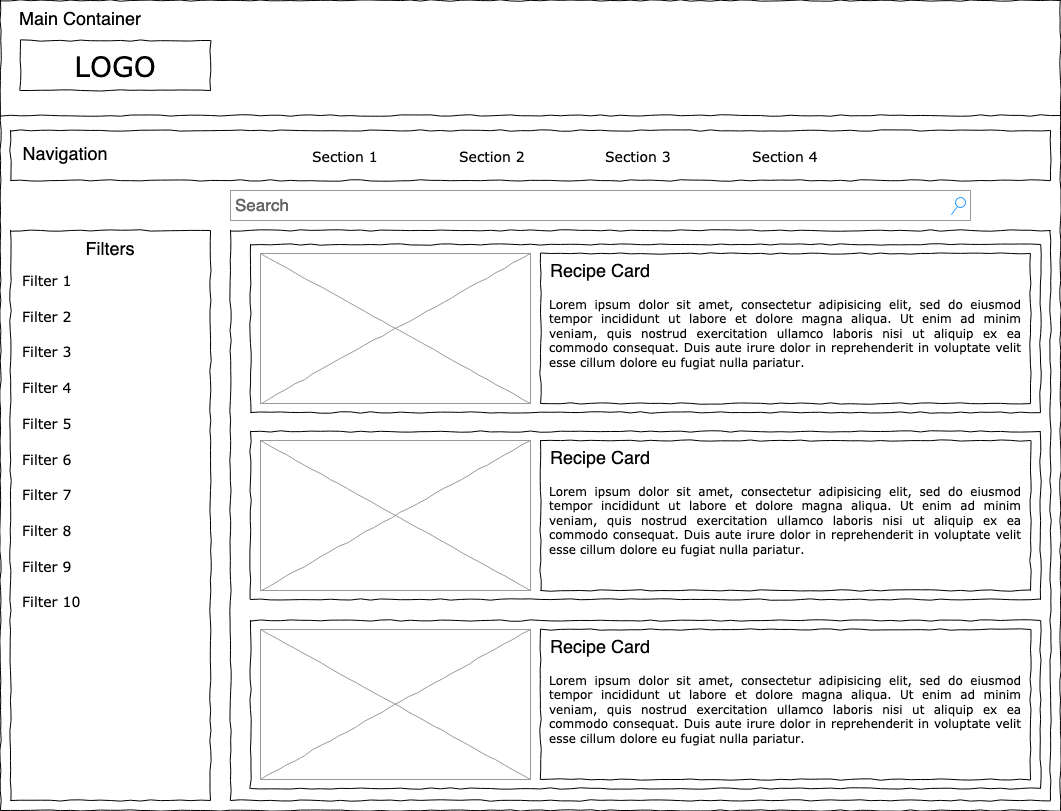
The draw.io diagram Wireframe--Recipes.png in patbou02/rctr-final-project, before a commit. Source tidied: cells renumbered, new cells last; positions are measured from the earlier drawing's top-left corner, leaving out a move shared by most shapes.
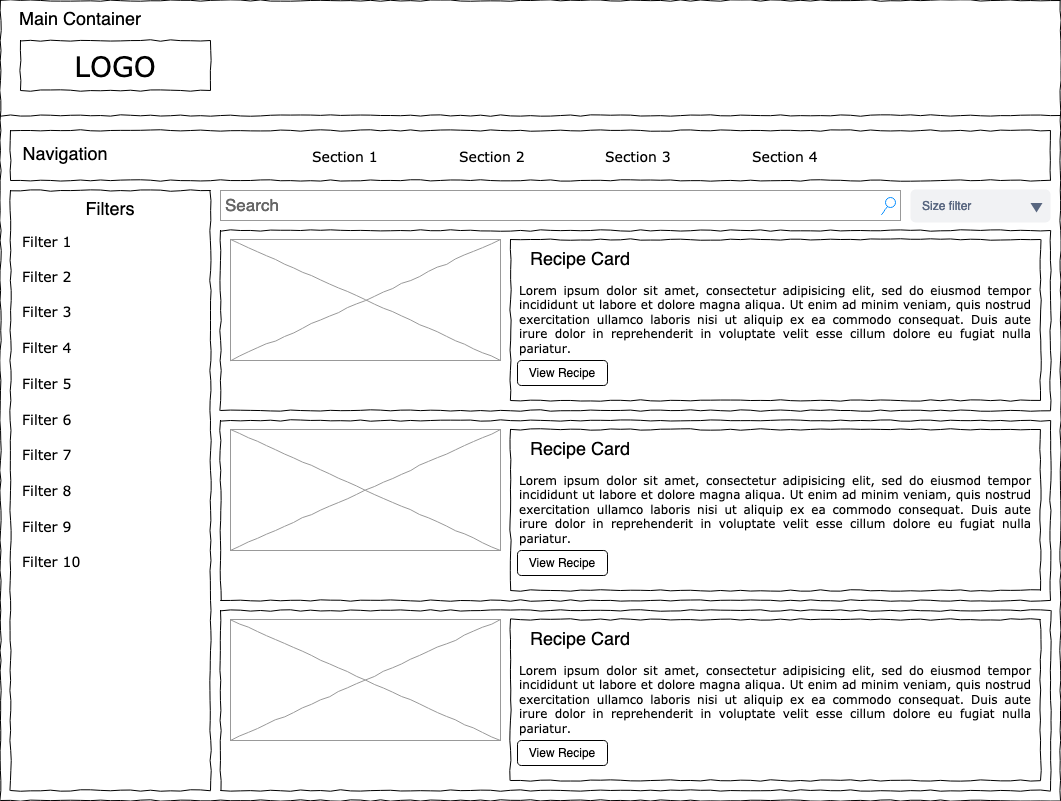
Later version of the same file.

The edit, as a diff of the source:
```diff
@@ -3,19 +3,16 @@
     <mxCell id="0" />
     <mxCell id="1" parent="0" />
     <mxCell id="2" style="whiteSpace=wrap;html=1;rounded=0;shadow=0;labelBackgroundColor=none;strokeColor=#000000;strokeWidth=1;fillColor=none;fontFamily=Verdana;fontSize=12;fontColor=#000000;align=center;comic=1;" parent="1" vertex="1">
-      <mxGeometry width="1060" height="810" as="geometry" />
+      <mxGeometry width="1060" height="800" as="geometry" />
     </mxCell>
-    <mxCell id="3" style="whiteSpace=wrap;html=1;rounded=0;shadow=0;labelBackgroundColor=none;strokeWidth=1;fillColor=none;fontFamily=Verdana;fontSize=12;align=center;comic=1;" parent="1" vertex="1">
-      <mxGeometry x="230" y="230" width="820" height="570" as="geometry" />
-    </mxCell>
     <mxCell id="4" value="LOGO" style="whiteSpace=wrap;html=1;rounded=0;shadow=0;labelBackgroundColor=none;strokeWidth=1;fontFamily=Verdana;fontSize=28;align=center;comic=1;" parent="1" vertex="1">
       <mxGeometry x="20" y="40" width="190" height="50" as="geometry" />
     </mxCell>
     <mxCell id="5" value="Search" style="strokeWidth=1;shadow=0;dashed=0;align=center;html=1;shape=mxgraph.mockup.forms.searchBox;strokeColor=#999999;mainText=;strokeColor2=#008cff;fontColor=#666666;fontSize=17;align=left;spacingLeft=3;rounded=0;labelBackgroundColor=none;comic=1;" parent="1" vertex="1">
-      <mxGeometry x="230" y="190" width="740" height="30" as="geometry" />
+      <mxGeometry x="220" y="190" width="680" height="30" as="geometry" />
     </mxCell>
     <mxCell id="6" style="whiteSpace=wrap;html=1;rounded=0;shadow=0;labelBackgroundColor=none;strokeWidth=1;fillColor=none;fontFamily=Verdana;fontSize=12;align=center;comic=1;" parent="1" vertex="1">
-      <mxGeometry x="10" y="230" width="200" height="570" as="geometry" />
+      <mxGeometry x="10" y="190" width="200" height="600" as="geometry" />
     </mxCell>
     <mxCell id="7" style="line;strokeWidth=1;html=1;rounded=0;shadow=0;labelBackgroundColor=none;fillColor=none;fontFamily=Verdana;fontSize=14;fontColor=#000000;align=center;comic=1;" parent="1" vertex="1">
       <mxGeometry y="110" width="1060" height="10" as="geometry" />
@@ -36,37 +33,37 @@
       <mxGeometry x="750" y="145" width="60" height="20" as="geometry" />
     </mxCell>
     <mxCell id="13" style="whiteSpace=wrap;html=1;rounded=0;shadow=0;labelBackgroundColor=none;strokeWidth=1;fillColor=none;fontFamily=Verdana;fontSize=12;align=center;comic=1;" parent="1" vertex="1">
-      <mxGeometry x="250" y="244" width="790" height="168" as="geometry" />
+      <mxGeometry x="220" y="230" width="830" height="180" as="geometry" />
     </mxCell>
     <mxCell id="14" value="Filter 1" style="text;html=1;align=left;verticalAlign=top;spacingTop=-4;fontSize=14;fontFamily=Verdana;" parent="1" vertex="1">
-      <mxGeometry x="20" y="269" width="170" height="20" as="geometry" />
+      <mxGeometry x="20" y="230" width="161.5" height="19" as="geometry" />
     </mxCell>
     <mxCell id="15" value="Filter 2" style="text;html=1;align=left;verticalAlign=top;spacingTop=-4;fontSize=14;fontFamily=Verdana;" parent="1" vertex="1">
-      <mxGeometry x="20" y="305" width="170" height="20" as="geometry" />
+      <mxGeometry x="20" y="265" width="170" height="20" as="geometry" />
     </mxCell>
     <mxCell id="16" value="Filter 3" style="text;html=1;align=left;verticalAlign=top;spacingTop=-4;fontSize=14;fontFamily=Verdana;" parent="1" vertex="1">
-      <mxGeometry x="20" y="340" width="170" height="20" as="geometry" />
+      <mxGeometry x="20" y="300" width="170" height="20" as="geometry" />
     </mxCell>
     <mxCell id="17" value="&lt;div&gt;Filter 4&lt;/div&gt;" style="text;html=1;align=left;verticalAlign=top;spacingTop=-4;fontSize=14;fontFamily=Verdana;" parent="1" vertex="1">
-      <mxGeometry x="20" y="376" width="170" height="20" as="geometry" />
+      <mxGeometry x="20" y="336" width="170" height="20" as="geometry" />
     </mxCell>
     <mxCell id="18" value="Filter 7" style="text;html=1;align=left;verticalAlign=top;spacingTop=-4;fontSize=14;fontFamily=Verdana;" parent="1" vertex="1">
-      <mxGeometry x="20" y="483" width="170" height="20" as="geometry" />
+      <mxGeometry x="20" y="443" width="170" height="20" as="geometry" />
     </mxCell>
     <mxCell id="19" value="Filter 8" style="text;html=1;align=left;verticalAlign=top;spacingTop=-4;fontSize=14;fontFamily=Verdana;" parent="1" vertex="1">
-      <mxGeometry x="20" y="519" width="170" height="20" as="geometry" />
+      <mxGeometry x="20" y="479" width="170" height="20" as="geometry" />
     </mxCell>
     <mxCell id="20" value="Filter 9" style="text;html=1;align=left;verticalAlign=top;spacingTop=-4;fontSize=14;fontFamily=Verdana;" parent="1" vertex="1">
-      <mxGeometry x="20" y="555" width="170" height="20" as="geometry" />
+      <mxGeometry x="20" y="515" width="170" height="20" as="geometry" />
     </mxCell>
     <mxCell id="21" value="Filter 10" style="text;html=1;align=left;verticalAlign=top;spacingTop=-4;fontSize=14;fontFamily=Verdana;" parent="1" vertex="1">
-      <mxGeometry x="20" y="590" width="170" height="20" as="geometry" />
+      <mxGeometry x="20" y="550" width="170" height="20" as="geometry" />
     </mxCell>
     <mxCell id="22" value="Filter 5" style="text;html=1;align=left;verticalAlign=top;spacingTop=-4;fontSize=14;fontFamily=Verdana;" parent="1" vertex="1">
-      <mxGeometry x="20" y="412" width="170" height="20" as="geometry" />
+      <mxGeometry x="20" y="372" width="170" height="20" as="geometry" />
     </mxCell>
     <mxCell id="23" value="Filter 6" style="text;html=1;align=left;verticalAlign=top;spacingTop=-4;fontSize=14;fontFamily=Verdana;" parent="1" vertex="1">
-      <mxGeometry x="20" y="448" width="170" height="20" as="geometry" />
+      <mxGeometry x="20" y="408" width="170" height="20" as="geometry" />
     </mxCell>
     <mxCell id="24" value="Main Container" style="text;html=3;strokeColor=none;fillColor=none;align=center;verticalAlign=middle;whiteSpace=wrap;rounded=0;fontSize=18;" parent="1" vertex="1">
       <mxGeometry x="10" y="10" width="140" height="20" as="geometry" />
@@ -74,41 +71,58 @@
     <mxCell id="25" value="Navigation" style="fontSize=18;text;html=1;strokeColor=none;fillColor=none;align=center;verticalAlign=middle;whiteSpace=wrap;rounded=0;" parent="1" vertex="1">
       <mxGeometry x="20" y="145" width="90" height="20" as="geometry" />
     </mxCell>
+    <mxCell id="27" value="&lt;div&gt;&lt;br&gt;&lt;/div&gt;&lt;div&gt;&lt;br&gt;&lt;/div&gt;&lt;div style=&quot;text-align: justify&quot;&gt;&lt;span&gt;Lorem ipsum dolor sit amet, consectetur adipisicing elit, sed do eiusmod tempor incididunt ut labore et dolore magna aliqua. Ut enim ad minim veniam, quis nostrud exercitation ullamco laboris nisi ut aliquip ex ea commodo consequat. Duis aute irure dolor in reprehenderit in voluptate velit esse cillum dolore eu fugiat nulla pariatur.&lt;/span&gt;&lt;/div&gt;" style="whiteSpace=wrap;html=1;rounded=0;shadow=0;labelBackgroundColor=none;strokeWidth=1;fillColor=none;fontFamily=Verdana;fontSize=12;align=center;verticalAlign=top;spacing=10;comic=1;" parent="1" vertex="1">
+      <mxGeometry x="510" y="239" width="530" height="161" as="geometry" />
+    </mxCell>
     <mxCell id="26" value="Filters" style="fontSize=18;text;html=1;strokeColor=none;fillColor=none;align=center;verticalAlign=middle;whiteSpace=wrap;rounded=0;" parent="1" vertex="1">
-      <mxGeometry x="20" y="240" width="180" height="20" as="geometry" />
+      <mxGeometry x="20" y="200" width="180" height="20" as="geometry" />
     </mxCell>
-    <mxCell id="27" value="&lt;div&gt;&lt;br&gt;&lt;/div&gt;&lt;div&gt;&lt;br&gt;&lt;/div&gt;&lt;div style=&quot;text-align: justify&quot;&gt;&lt;span&gt;Lorem ipsum dolor sit amet, consectetur adipisicing elit, sed do eiusmod tempor incididunt ut labore et dolore magna aliqua. Ut enim ad minim veniam, quis nostrud exercitation ullamco laboris nisi ut aliquip ex ea commodo consequat. Duis aute irure dolor in reprehenderit in voluptate velit esse cillum dolore eu fugiat nulla pariatur.&lt;/span&gt;&lt;/div&gt;" style="whiteSpace=wrap;html=1;rounded=0;shadow=0;labelBackgroundColor=none;strokeWidth=1;fillColor=none;fontFamily=Verdana;fontSize=12;align=center;verticalAlign=top;spacing=10;comic=1;" parent="1" vertex="1">
-      <mxGeometry x="540" y="253" width="490" height="150" as="geometry" />
-    </mxCell>
     <mxCell id="28" style="verticalLabelPosition=bottom;shadow=0;dashed=0;align=center;html=1;verticalAlign=top;strokeWidth=1;shape=mxgraph.mockup.graphics.simpleIcon;strokeColor=#999999;rounded=0;labelBackgroundColor=none;fontFamily=Verdana;fontSize=14;fontColor=#000000;comic=1;" parent="1" vertex="1">
-      <mxGeometry x="260" y="253" width="270" height="150" as="geometry" />
+      <mxGeometry x="230" y="239" width="270" height="121" as="geometry" />
     </mxCell>
     <mxCell id="29" value="Recipe Card" style="fontSize=18;text;html=1;strokeColor=none;fillColor=none;align=center;verticalAlign=middle;whiteSpace=wrap;rounded=0;" parent="1" vertex="1">
-      <mxGeometry x="530" y="262" width="140" height="20" as="geometry" />
+      <mxGeometry x="510" y="250" width="140" height="20" as="geometry" />
     </mxCell>
-    <mxCell id="30" style="whiteSpace=wrap;html=1;rounded=0;shadow=0;labelBackgroundColor=none;strokeWidth=1;fillColor=none;fontFamily=Verdana;fontSize=12;align=center;comic=1;" parent="1" vertex="1">
-      <mxGeometry x="250" y="431" width="790" height="168" as="geometry" />
-    </mxCell>
-    <mxCell id="31" value="&lt;div&gt;&lt;br&gt;&lt;/div&gt;&lt;div&gt;&lt;br&gt;&lt;/div&gt;&lt;div style=&quot;text-align: justify&quot;&gt;&lt;span&gt;Lorem ipsum dolor sit amet, consectetur adipisicing elit, sed do eiusmod tempor incididunt ut labore et dolore magna aliqua. Ut enim ad minim veniam, quis nostrud exercitation ullamco laboris nisi ut aliquip ex ea commodo consequat. Duis aute irure dolor in reprehenderit in voluptate velit esse cillum dolore eu fugiat nulla pariatur.&lt;/span&gt;&lt;/div&gt;" style="whiteSpace=wrap;html=1;rounded=0;shadow=0;labelBackgroundColor=none;strokeWidth=1;fillColor=none;fontFamily=Verdana;fontSize=12;align=center;verticalAlign=top;spacing=10;comic=1;" parent="1" vertex="1">
-      <mxGeometry x="540" y="440" width="490" height="150" as="geometry" />
-    </mxCell>
-    <mxCell id="32" style="verticalLabelPosition=bottom;shadow=0;dashed=0;align=center;html=1;verticalAlign=top;strokeWidth=1;shape=mxgraph.mockup.graphics.simpleIcon;strokeColor=#999999;rounded=0;labelBackgroundColor=none;fontFamily=Verdana;fontSize=14;fontColor=#000000;comic=1;" parent="1" vertex="1">
-      <mxGeometry x="260" y="440" width="270" height="150" as="geometry" />
-    </mxCell>
-    <mxCell id="33" value="Recipe Card" style="fontSize=18;text;html=1;strokeColor=none;fillColor=none;align=center;verticalAlign=middle;whiteSpace=wrap;rounded=0;" parent="1" vertex="1">
-      <mxGeometry x="530" y="449" width="140" height="20" as="geometry" />
-    </mxCell>
-    <mxCell id="34" style="whiteSpace=wrap;html=1;rounded=0;shadow=0;labelBackgroundColor=none;strokeWidth=1;fillColor=none;fontFamily=Verdana;fontSize=12;align=center;comic=1;" parent="1" vertex="1">
-      <mxGeometry x="250" y="620" width="790" height="168" as="geometry" />
-    </mxCell>
-    <mxCell id="35" value="&lt;div&gt;&lt;br&gt;&lt;/div&gt;&lt;div&gt;&lt;br&gt;&lt;/div&gt;&lt;div style=&quot;text-align: justify&quot;&gt;&lt;span&gt;Lorem ipsum dolor sit amet, consectetur adipisicing elit, sed do eiusmod tempor incididunt ut labore et dolore magna aliqua. Ut enim ad minim veniam, quis nostrud exercitation ullamco laboris nisi ut aliquip ex ea commodo consequat. Duis aute irure dolor in reprehenderit in voluptate velit esse cillum dolore eu fugiat nulla pariatur.&lt;/span&gt;&lt;/div&gt;" style="whiteSpace=wrap;html=1;rounded=0;shadow=0;labelBackgroundColor=none;strokeWidth=1;fillColor=none;fontFamily=Verdana;fontSize=12;align=center;verticalAlign=top;spacing=10;comic=1;" parent="1" vertex="1">
-      <mxGeometry x="540" y="629" width="490" height="150" as="geometry" />
-    </mxCell>
-    <mxCell id="36" style="verticalLabelPosition=bottom;shadow=0;dashed=0;align=center;html=1;verticalAlign=top;strokeWidth=1;shape=mxgraph.mockup.graphics.simpleIcon;strokeColor=#999999;rounded=0;labelBackgroundColor=none;fontFamily=Verdana;fontSize=14;fontColor=#000000;comic=1;" parent="1" vertex="1">
-      <mxGeometry x="260" y="629" width="270" height="150" as="geometry" />
-    </mxCell>
-    <mxCell id="37" value="Recipe Card" style="fontSize=18;text;html=1;strokeColor=none;fillColor=none;align=center;verticalAlign=middle;whiteSpace=wrap;rounded=0;" parent="1" vertex="1">
-      <mxGeometry x="530" y="638" width="140" height="20" as="geometry" />
-    </mxCell>
+    <mxCell id="38" value="View Recipe" style="rounded=1;whiteSpace=wrap;html=1;" parent="1" vertex="1">
+      <mxGeometry x="517" y="360" width="90" height="25" as="geometry" />
+    </mxCell>
+    <mxCell id="39" style="whiteSpace=wrap;html=1;rounded=0;shadow=0;labelBackgroundColor=none;strokeWidth=1;fillColor=none;fontFamily=Verdana;fontSize=12;align=center;comic=1;" parent="1" vertex="1">
+      <mxGeometry x="220" y="420" width="830" height="180" as="geometry" />
+    </mxCell>
+    <mxCell id="40" value="&lt;div&gt;&lt;br&gt;&lt;/div&gt;&lt;div&gt;&lt;br&gt;&lt;/div&gt;&lt;div style=&quot;text-align: justify&quot;&gt;&lt;span&gt;Lorem ipsum dolor sit amet, consectetur adipisicing elit, sed do eiusmod tempor incididunt ut labore et dolore magna aliqua. Ut enim ad minim veniam, quis nostrud exercitation ullamco laboris nisi ut aliquip ex ea commodo consequat. Duis aute irure dolor in reprehenderit in voluptate velit esse cillum dolore eu fugiat nulla pariatur.&lt;/span&gt;&lt;/div&gt;" style="whiteSpace=wrap;html=1;rounded=0;shadow=0;labelBackgroundColor=none;strokeWidth=1;fillColor=none;fontFamily=Verdana;fontSize=12;align=center;verticalAlign=top;spacing=10;comic=1;" parent="1" vertex="1">
+      <mxGeometry x="510" y="429" width="530" height="161" as="geometry" />
+    </mxCell>
+    <mxCell id="41" style="verticalLabelPosition=bottom;shadow=0;dashed=0;align=center;html=1;verticalAlign=top;strokeWidth=1;shape=mxgraph.mockup.graphics.simpleIcon;strokeColor=#999999;rounded=0;labelBackgroundColor=none;fontFamily=Verdana;fontSize=14;fontColor=#000000;comic=1;" parent="1" vertex="1">
+      <mxGeometry x="230" y="429" width="270" height="121" as="geometry" />
+    </mxCell>
+    <mxCell id="42" value="Recipe Card" style="fontSize=18;text;html=1;strokeColor=none;fillColor=none;align=center;verticalAlign=middle;whiteSpace=wrap;rounded=0;" parent="1" vertex="1">
+      <mxGeometry x="510" y="440" width="140" height="20" as="geometry" />
+    </mxCell>
+    <mxCell id="43" value="View Recipe" style="rounded=1;whiteSpace=wrap;html=1;" parent="1" vertex="1">
+      <mxGeometry x="517" y="550" width="90" height="25" as="geometry" />
+    </mxCell>
+    <mxCell id="44" style="whiteSpace=wrap;html=1;rounded=0;shadow=0;labelBackgroundColor=none;strokeWidth=1;fillColor=none;fontFamily=Verdana;fontSize=12;align=center;comic=1;" parent="1" vertex="1">
+      <mxGeometry x="220" y="610" width="830" height="180" as="geometry" />
+    </mxCell>
+    <mxCell id="45" value="&lt;div&gt;&lt;br&gt;&lt;/div&gt;&lt;div&gt;&lt;br&gt;&lt;/div&gt;&lt;div style=&quot;text-align: justify&quot;&gt;&lt;span&gt;Lorem ipsum dolor sit amet, consectetur adipisicing elit, sed do eiusmod tempor incididunt ut labore et dolore magna aliqua. Ut enim ad minim veniam, quis nostrud exercitation ullamco laboris nisi ut aliquip ex ea commodo consequat. Duis aute irure dolor in reprehenderit in voluptate velit esse cillum dolore eu fugiat nulla pariatur.&lt;/span&gt;&lt;/div&gt;" style="whiteSpace=wrap;html=1;rounded=0;shadow=0;labelBackgroundColor=none;strokeWidth=1;fillColor=none;fontFamily=Verdana;fontSize=12;align=center;verticalAlign=top;spacing=10;comic=1;" parent="1" vertex="1">
+      <mxGeometry x="510" y="619" width="530" height="161" as="geometry" />
+    </mxCell>
+    <mxCell id="46" style="verticalLabelPosition=bottom;shadow=0;dashed=0;align=center;html=1;verticalAlign=top;strokeWidth=1;shape=mxgraph.mockup.graphics.simpleIcon;strokeColor=#999999;rounded=0;labelBackgroundColor=none;fontFamily=Verdana;fontSize=14;fontColor=#000000;comic=1;" parent="1" vertex="1">
+      <mxGeometry x="230" y="619" width="270" height="121" as="geometry" />
+    </mxCell>
+    <mxCell id="47" value="Recipe Card" style="fontSize=18;text;html=1;strokeColor=none;fillColor=none;align=center;verticalAlign=middle;whiteSpace=wrap;rounded=0;" parent="1" vertex="1">
+      <mxGeometry x="510" y="630" width="140" height="20" as="geometry" />
+    </mxCell>
+    <mxCell id="48" value="View Recipe" style="rounded=1;whiteSpace=wrap;html=1;" parent="1" vertex="1">
+      <mxGeometry x="517" y="740" width="90" height="25" as="geometry" />
+    </mxCell>
+    <mxCell id="49" value="Size filter" style="rounded=1;fillColor=#F1F2F4;strokeColor=none;html=1;fontColor=#596780;align=left;fontSize=12;spacingLeft=10;sketch=0;" parent="1" vertex="1">
+      <mxGeometry x="910" y="189" width="140" height="33" as="geometry" />
+    </mxCell>
+    <mxCell id="50" style="shape=triangle;direction=south;fillColor=#596780;strokeColor=none;html=1;sketch=0;" parent="49" vertex="1">
+      <mxGeometry x="1" y="0.5" width="12" height="9.5" relative="1" as="geometry">
+        <mxPoint x="-20" y="-3" as="offset" />
+      </mxGeometry>
+    </mxCell>
   </root>
 </mxGraphModel>
```
